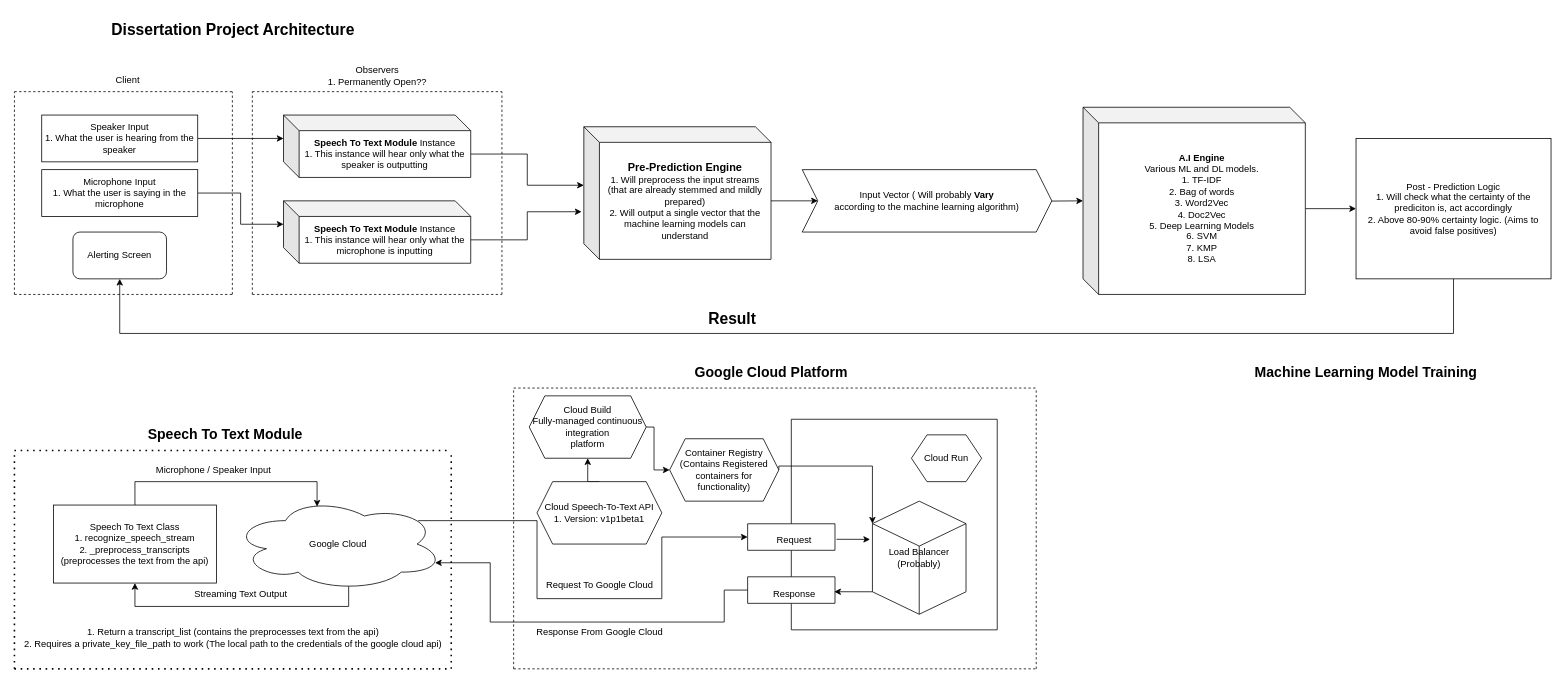
Above: Design/dissertation_design.drawio in Naveenramana/Minor-project- (draw.io), before the change. Source tidied: cells renumbered, new cells numbered last; positions are measured from the earlier drawing's top-left corner, leaving out a move shared by most shapes. Both pictures are drawn from the tidied source at 78%, with x=0, y=0 at pixel (14, 13).
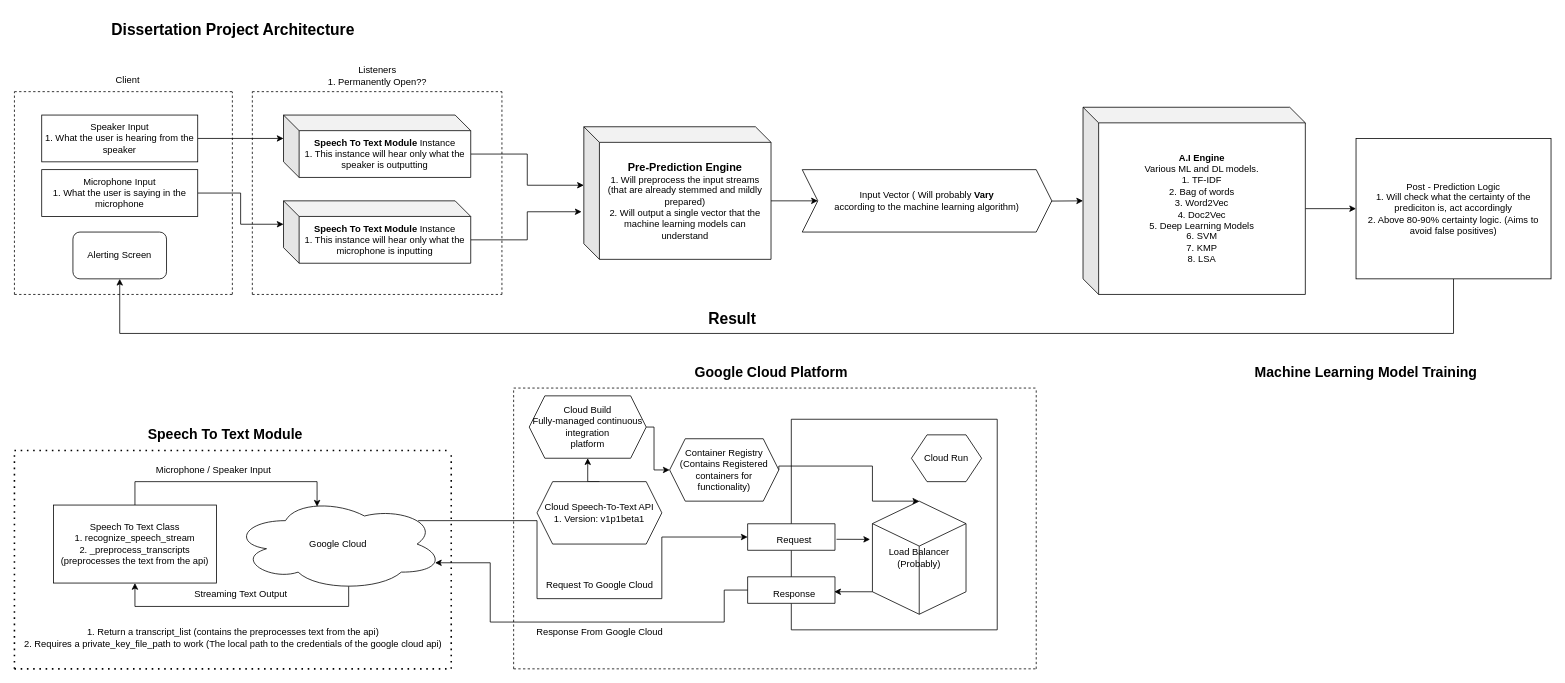
The same page after the edit.

The change refers to these unchanged cells:
```xml
<mxCell id="27" value="Container Registry&lt;br&gt;(Contains Registered containers for functionality)" style="shape=hexagon;perimeter=hexagonPerimeter2;whiteSpace=wrap;html=1;fixedSize=1;" parent="1" vertex="1">
  <mxGeometry x="840" y="545" width="140" height="80" as="geometry" />
</mxCell>
<mxCell id="31" value="Load Balancer&lt;br&gt;(Probably)" style="html=1;whiteSpace=wrap;shape=isoCube2;backgroundOutline=1;isoAngle=15;" parent="1" vertex="1">
  <mxGeometry x="1100" y="625" width="120" height="145" as="geometry" />
</mxCell>
```

What changed in the source:
```diff
@@
-    <mxCell id="26" style="edgeStyle=orthogonalEdgeStyle;rounded=0;jettySize=auto;html=1;exitX=1;exitY=0.5;exitDx=0;exitDy=0;entryX=0;entryY=0;entryDx=0;entryDy=28.80945108961392;entryPerimeter=0;" parent="1" edge="1" source="27" target="31">
+    <mxCell id="26" style="edgeStyle=orthogonalEdgeStyle;rounded=0;jettySize=auto;html=1;exitX=1;exitY=0.5;exitDx=0;exitDy=0;entryX=0.5;entryY=0;entryDx=0;entryDy=0;entryPerimeter=0;" parent="1" edge="1" source="27" target="31">
       <mxGeometry relative="1" as="geometry">
         <Array as="points">
+          <mxPoint x="980" y="580" />
           <mxPoint x="1100" y="580" />
+          <mxPoint x="1100" y="625" />
         </Array>
       </mxGeometry>
     </mxCell>
@@
-    <mxCell id="50" value="Observers&lt;br&gt;1. Permanently Open??" style="text;html=1;align=center;verticalAlign=middle;strokeColor=none;fillColor=none;" parent="1" vertex="1">
+    <mxCell id="50" value="Listeners&lt;br&gt;1. Permanently Open??" style="text;html=1;align=center;verticalAlign=middle;strokeColor=none;fillColor=none;" parent="1" vertex="1">
       <mxGeometry x="390" y="60" width="150" height="40" as="geometry" />
     </mxCell>
```
